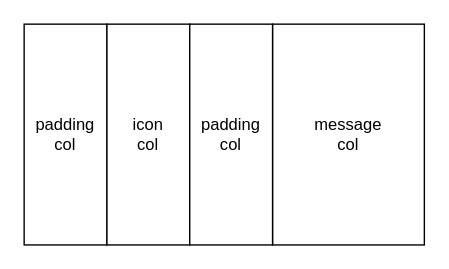
This is Profile layout.drawio from lancelodliu/draw.io, a draw.io file, before an edit. Source tidied: cells renumbered, new cells numbered last; positions are measured from the earlier drawing's top-left corner, leaving out a move shared by most shapes. Both pictures are drawn from the tidied source at 138%, with x=0, y=0 at pixel (23, 23).
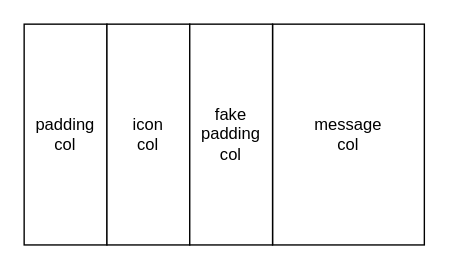
After the change.

Change to the diagram source:
```diff
@@
 <mxGraphModel>
   <root>
     <mxCell id="0" />
     <mxCell id="1" parent="0" />
     <mxCell id="2" value="padding&lt;br&gt;col" style="rounded=0;whiteSpace=wrap;html=1;" parent="1" vertex="1">
       <mxGeometry width="60" height="160" as="geometry" />
     </mxCell>
     <mxCell id="3" value="icon&lt;br&gt;col" style="rounded=0;whiteSpace=wrap;html=1;" parent="1" vertex="1">
       <mxGeometry x="60" width="60" height="160" as="geometry" />
     </mxCell>
     <mxCell id="4" value="message&lt;br&gt;col" style="rounded=0;whiteSpace=wrap;html=1;" parent="1" vertex="1">
       <mxGeometry x="180" width="110" height="160" as="geometry" />
     </mxCell>
-    <mxCell id="5" value="padding&lt;br&gt;col" style="rounded=0;whiteSpace=wrap;html=1;" parent="1" vertex="1">
+    <mxCell id="5" value="fake&lt;br&gt;padding&lt;br&gt;col" style="rounded=0;whiteSpace=wrap;html=1;" parent="1" vertex="1">
       <mxGeometry x="120" width="60" height="160" as="geometry" />
     </mxCell>
   </root>
 </mxGraphModel>
```
